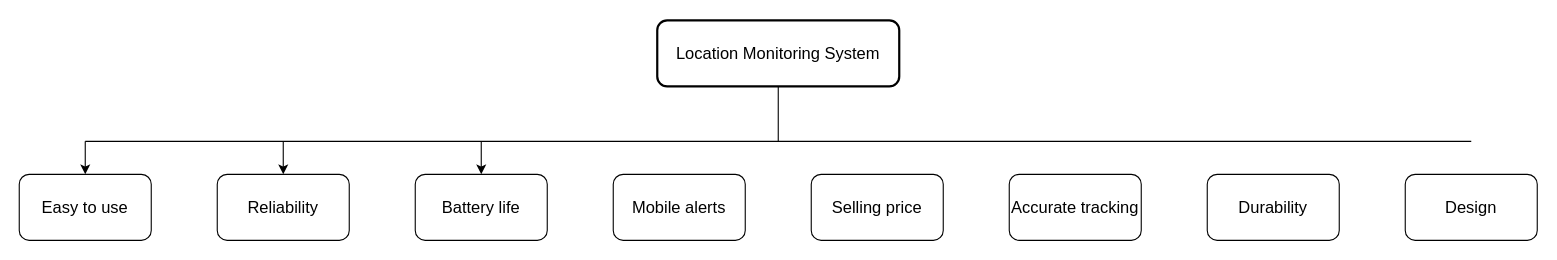
Earlier version of the draw.io diagram RankTheNeeds.drawio (Child-Safety-Tracker/Diagrams). Source tidied: cells renumbered, new cells numbered last; positions are measured from the earlier drawing's top-left corner, leaving out a move shared by most shapes. Both pictures are drawn from the tidied source at 110%, with x=0, y=0 at pixel (19, 20).
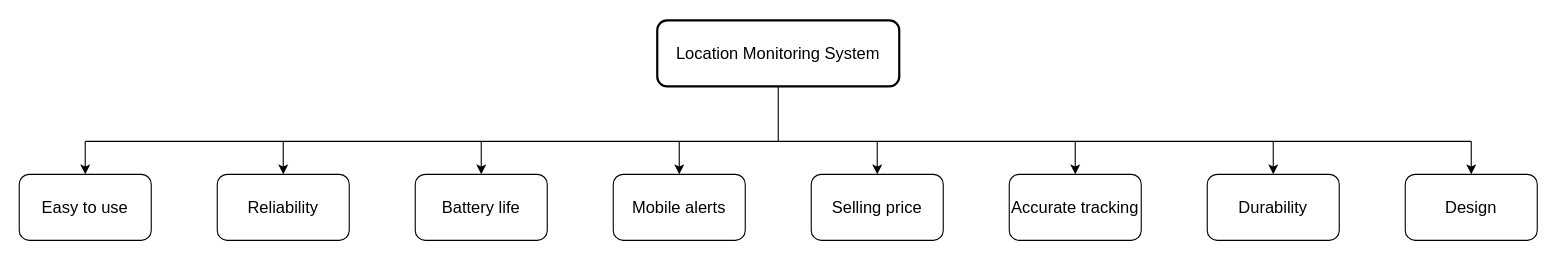
The same page after the edit.

Unchanged cells that the change refers to:
```xml
<mxCell id="10" value="Mobile alerts" style="rounded=1;whiteSpace=wrap;html=1;fontSize=15;" parent="1" vertex="1">
  <mxGeometry x="540" y="140" width="120" height="60" as="geometry" />
</mxCell>
<mxCell id="11" value="Selling price" style="rounded=1;whiteSpace=wrap;html=1;fontSize=15;" parent="1" vertex="1">
  <mxGeometry x="720" y="140" width="120" height="60" as="geometry" />
</mxCell>
<mxCell id="12" value="Accurate tracking" style="rounded=1;whiteSpace=wrap;html=1;fontSize=15;" parent="1" vertex="1">
  <mxGeometry x="900" y="140" width="120" height="60" as="geometry" />
</mxCell>
<mxCell id="13" value="Durability" style="rounded=1;whiteSpace=wrap;html=1;fontSize=15;" parent="1" vertex="1">
  <mxGeometry x="1080" y="140" width="120" height="60" as="geometry" />
</mxCell>
<mxCell id="14" value="Design" style="rounded=1;whiteSpace=wrap;html=1;fontSize=15;" parent="1" vertex="1">
  <mxGeometry x="1260" y="140" width="120" height="60" as="geometry" />
</mxCell>
```

What changed in the source:
```diff
@@
+    <mxCell id="16" style="edgeStyle=orthogonalEdgeStyle;rounded=0;jettySize=auto;html=1;endArrow=none;endFill=0;startArrow=classic;startFill=1;" parent="1" edge="1" source="10">
+      <mxGeometry relative="1" as="geometry">
+        <mxPoint x="600" y="110" as="targetPoint" />
+      </mxGeometry>
+    </mxCell>
@@
+    <mxCell id="17" style="edgeStyle=orthogonalEdgeStyle;rounded=0;jettySize=auto;html=1;endArrow=none;endFill=0;startArrow=classic;startFill=1;" parent="1" edge="1" source="11">
+      <mxGeometry relative="1" as="geometry">
+        <mxPoint x="780" y="110" as="targetPoint" />
+      </mxGeometry>
+    </mxCell>
@@
+    <mxCell id="18" style="edgeStyle=orthogonalEdgeStyle;rounded=0;jettySize=auto;html=1;endArrow=none;endFill=0;startArrow=classic;startFill=1;" parent="1" edge="1" source="12">
+      <mxGeometry relative="1" as="geometry">
+        <mxPoint x="960" y="110" as="targetPoint" />
+      </mxGeometry>
+    </mxCell>
@@
+    <mxCell id="19" style="edgeStyle=orthogonalEdgeStyle;rounded=0;jettySize=auto;html=1;endArrow=none;endFill=0;startArrow=classic;startFill=1;" parent="1" edge="1" source="13">
+      <mxGeometry relative="1" as="geometry">
+        <mxPoint x="1140" y="110" as="targetPoint" />
+      </mxGeometry>
+    </mxCell>
@@
+    <mxCell id="20" style="edgeStyle=orthogonalEdgeStyle;rounded=0;jettySize=auto;html=1;endArrow=none;endFill=0;startArrow=classic;startFill=1;" parent="1" edge="1" source="14">
+      <mxGeometry relative="1" as="geometry">
+        <mxPoint x="1320" y="110" as="targetPoint" />
+      </mxGeometry>
+    </mxCell>
```
